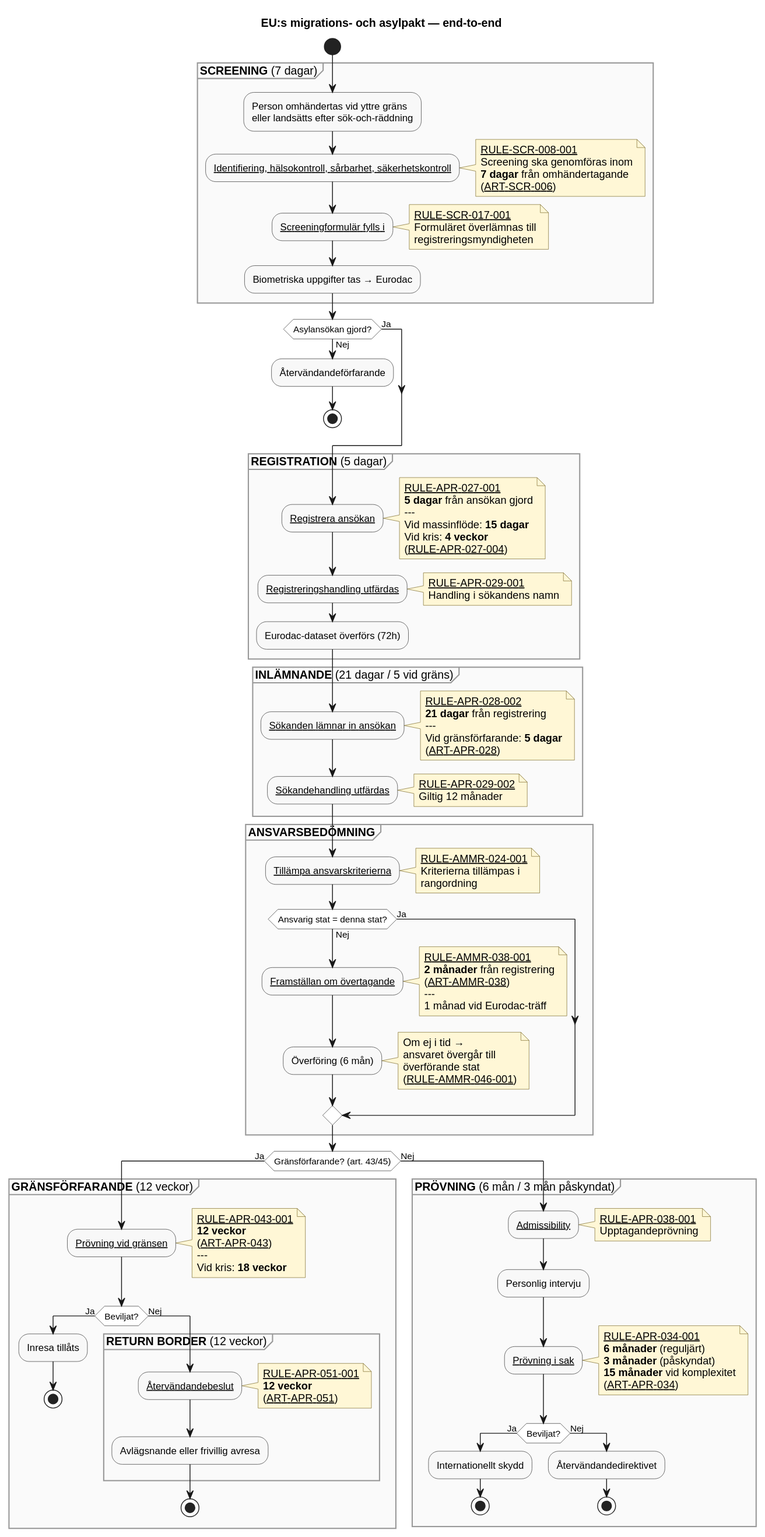
This is docs/diagrams/end-to-end-overview.svg from chrhe894/migration_pact, a PlantUML export, as it was before one commit. The source it was exported from:
```plantuml
@startuml
title EU:s migrations- och asylpakt — end-to-end

skinparam shadowing false
skinparam HyperlinkColor Black
skinparam HyperlinkUnderline true
skinparam defaultFontName Arial
skinparam activity {
  BackgroundColor #F8F8F8
  BorderColor #333333
  DiamondBackgroundColor #FFFFFF
  DiamondBorderColor #333333
}
skinparam note {
  BackgroundColor #FFF7D6
  BorderColor #7A6A2A
}
skinparam partition {
  BackgroundColor #FAFAFA
  BorderColor #999999
}

start

partition "**SCREENING** (7 dagar)" {
  :Person omhändertas vid yttre gräns
  eller landsätts efter sök-och-räddning;
  :[[domains/screening/rules/rule-scr-008-001.md Identifiering, hälsokontroll, sårbarhet, säkerhetskontroll]];
  note right
    [[domains/screening/rules/rule-scr-008-001.md RULE-SCR-008-001]]
    Screening ska genomföras inom
    **7 dagar** från omhändertagande
    ([[domains/screening/articles/scr-006.md ART-SCR-006]])
  end note
  :[[domains/screening/rules/rule-scr-017-001.md Screeningformulär fylls i]];
  note right
    [[domains/screening/rules/rule-scr-017-001.md RULE-SCR-017-001]]
    Formuläret överlämnas till
    registreringsmyndigheten
  end note
  :Biometriska uppgifter tas → Eurodac;
}

if (Asylansökan gjord?) then (Nej)
  :Återvändandeförfarande;
  stop
else (Ja)
endif

partition "**REGISTRATION** (5 dagar)" {
  :[[domains/registration/rules/rule-apr-027-001.md Registrera ansökan]];
  note right
    [[domains/registration/rules/rule-apr-027-001.md RULE-APR-027-001]]
    **5 dagar** från ansökan gjord
    ---
    Vid massinflöde: **15 dagar**
    Vid kris: **4 veckor**
    ([[domains/registration/rules/rule-apr-027-004.md RULE-APR-027-004]])
  end note
  :[[domains/registration/rules/rule-apr-029-001.md Registreringshandling utfärdas]];
  note right
    [[domains/registration/rules/rule-apr-029-001.md RULE-APR-029-001]]
    Handling i sökandens namn
  end note
  :Eurodac-dataset överförs (72h);
}

partition "**INLÄMNANDE** (21 dagar / 5 vid gräns)" {
  :[[domains/registration/rules/rule-apr-028-002.md Sökanden lämnar in ansökan]];
  note right
    [[domains/registration/rules/rule-apr-028-002.md RULE-APR-028-002]]
    **21 dagar** från registrering
    ---
    Vid gränsförfarande: **5 dagar**
    ([[domains/registration/articles/apr-028.md ART-APR-028]])
  end note
  :[[domains/registration/rules/rule-apr-029-002.md Sökandehandling utfärdas]];
  note right
    [[domains/registration/rules/rule-apr-029-002.md RULE-APR-029-002]]
    Giltig 12 månader
  end note
}

partition "**ANSVARSBEDÖMNING**" {
  :[[domains/responsibility/rules/rule-ammr-024-001.md Tillämpa ansvarskriterierna]];
  note right
    [[domains/responsibility/rules/rule-ammr-024-001.md RULE-AMMR-024-001]]
    Kriterierna tillämpas i
    rangordning
  end note
  if (Ansvarig stat = denna stat?) then (Nej)
    :[[domains/responsibility/rules/rule-ammr-038-001.md Framställan om övertagande]];
    note right
      [[domains/responsibility/rules/rule-ammr-038-001.md RULE-AMMR-038-001]]
      **2 månader** från registrering
      ([[domains/responsibility/articles/ammr-038.md ART-AMMR-038]])
      ---
      1 månad vid Eurodac-träff
    end note
    :Överföring (6 mån);
    note right
      Om ej i tid →
      ansvaret övergår till
      överförande stat
      ([[domains/responsibility/rules/rule-ammr-046-001.md RULE-AMMR-046-001]])
    end note
  else (Ja)
  endif
}

if (Gränsförfarande? (art. 43/45)) then (Ja)

  partition "**GRÄNSFÖRFARANDE** (12 veckor)" {
    :[[domains/border-procedure/rules/rule-apr-043-001.md Prövning vid gränsen]];
    note right
      [[domains/border-procedure/rules/rule-apr-043-001.md RULE-APR-043-001]]
      **12 veckor**
      ([[domains/border-procedure/articles/apr-043.md ART-APR-043]])
      ---
      Vid kris: **18 veckor**
    end note
    if (Beviljat?) then (Ja)
      :Inresa tillåts;
      stop
    else (Nej)
      partition "**RETURN BORDER** (12 veckor)" {
        :[[domains/border-procedure/rules/rule-apr-051-001.md Återvändandebeslut]];
        note right
          [[domains/border-procedure/rules/rule-apr-051-001.md RULE-APR-051-001]]
          **12 veckor**
          ([[domains/border-procedure/articles/apr-051.md ART-APR-051]])
        end note
        :Avlägsnande eller frivillig avresa;
      }
      stop
    endif
  }

else (Nej)

  partition "**PRÖVNING** (6 mån / 3 mån påskyndat)" {
    :[[domains/asylum-procedure/rules/rule-apr-038-001.md Admissibility]];
    note right
      [[domains/asylum-procedure/rules/rule-apr-038-001.md RULE-APR-038-001]]
      Upptagandeprövning
    end note
    :Personlig intervju;
    :[[domains/asylum-procedure/rules/rule-apr-034-001.md Prövning i sak]];
    note right
      [[domains/asylum-procedure/rules/rule-apr-034-001.md RULE-APR-034-001]]
      **6 månader** (reguljärt)
      **3 månader** (påskyndat)
      **15 månader** vid komplexitet
      ([[domains/asylum-procedure/articles/apr-034.md ART-APR-034]])
    end note
    if (Beviljat?) then (Ja)
      :Internationellt skydd;
      stop
    else (Nej)
      :Återvändandedirektivet;
      stop
    endif
  }

endif
@enduml
```
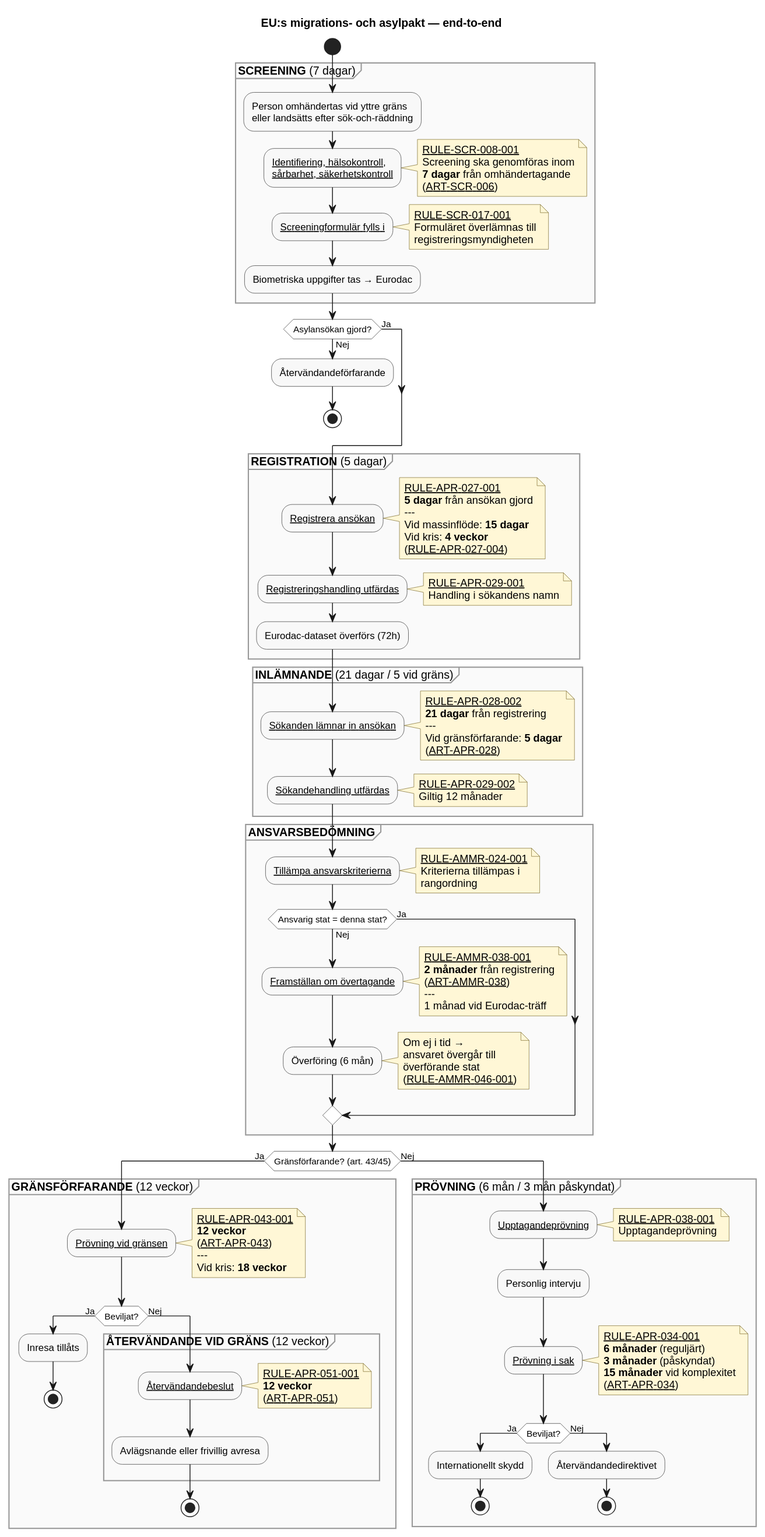
Above is the later version.

Change to the diagram source:
```diff
@@ -25,16 +25,16 @@
 partition "**SCREENING** (7 dagar)" {
   :Person omhändertas vid yttre gräns
   eller landsätts efter sök-och-räddning;
-  :[[domains/screening/rules/rule-scr-008-001.md Identifiering, hälsokontroll, sårbarhet, säkerhetskontroll]];
+  :[[../domains/screening/rules/rule-scr-008-001.md Identifiering, hälsokontroll,\nsårbarhet, säkerhetskontroll]];
   note right
-    [[domains/screening/rules/rule-scr-008-001.md RULE-SCR-008-001]]
+    [[../domains/screening/rules/rule-scr-008-001.md RULE-SCR-008-001]]
     Screening ska genomföras inom
     **7 dagar** från omhändertagande
-    ([[domains/screening/articles/scr-006.md ART-SCR-006]])
+    ([[../domains/screening/articles/scr-006.md ART-SCR-006]])
   end note
-  :[[domains/screening/rules/rule-scr-017-001.md Screeningformulär fylls i]];
+  :[[../domains/screening/rules/rule-scr-017-001.md Screeningformulär fylls i]];
   note right
-    [[domains/screening/rules/rule-scr-017-001.md RULE-SCR-017-001]]
+    [[../domains/screening/rules/rule-scr-017-001.md RULE-SCR-017-001]]
     Formuläret överlämnas till
     registreringsmyndigheten
   end note
@@ -48,52 +48,52 @@
 endif
 
 partition "**REGISTRATION** (5 dagar)" {
-  :[[domains/registration/rules/rule-apr-027-001.md Registrera ansökan]];
+  :[[../domains/registration/rules/rule-apr-027-001.md Registrera ansökan]];
   note right
-    [[domains/registration/rules/rule-apr-027-001.md RULE-APR-027-001]]
+    [[../domains/registration/rules/rule-apr-027-001.md RULE-APR-027-001]]
     **5 dagar** från ansökan gjord
     ---
     Vid massinflöde: **15 dagar**
     Vid kris: **4 veckor**
-    ([[domains/registration/rules/rule-apr-027-004.md RULE-APR-027-004]])
+    ([[../domains/registration/rules/rule-apr-027-004.md RULE-APR-027-004]])
   end note
-  :[[domains/registration/rules/rule-apr-029-001.md Registreringshandling utfärdas]];
+  :[[../domains/registration/rules/rule-apr-029-001.md Registreringshandling utfärdas]];
   note right
-    [[domains/registration/rules/rule-apr-029-001.md RULE-APR-029-001]]
+    [[../domains/registration/rules/rule-apr-029-001.md RULE-APR-029-001]]
     Handling i sökandens namn
   end note
   :Eurodac-dataset överförs (72h);
 }
 
 partition "**INLÄMNANDE** (21 dagar / 5 vid gräns)" {
-  :[[domains/registration/rules/rule-apr-028-002.md Sökanden lämnar in ansökan]];
+  :[[../domains/registration/rules/rule-apr-028-002.md Sökanden lämnar in ansökan]];
   note right
-    [[domains/registration/rules/rule-apr-028-002.md RULE-APR-028-002]]
+    [[../domains/registration/rules/rule-apr-028-002.md RULE-APR-028-002]]
     **21 dagar** från registrering
     ---
     Vid gränsförfarande: **5 dagar**
-    ([[domains/registration/articles/apr-028.md ART-APR-028]])
+    ([[../domains/registration/articles/apr-028.md ART-APR-028]])
   end note
-  :[[domains/registration/rules/rule-apr-029-002.md Sökandehandling utfärdas]];
+  :[[../domains/registration/rules/rule-apr-029-002.md Sökandehandling utfärdas]];
   note right
-    [[domains/registration/rules/rule-apr-029-002.md RULE-APR-029-002]]
+    [[../domains/registration/rules/rule-apr-029-002.md RULE-APR-029-002]]
     Giltig 12 månader
   end note
 }
 
 partition "**ANSVARSBEDÖMNING**" {
-  :[[domains/responsibility/rules/rule-ammr-024-001.md Tillämpa ansvarskriterierna]];
+  :[[../domains/responsibility/rules/rule-ammr-024-001.md Tillämpa ansvarskriterierna]];
   note right
-    [[domains/responsibility/rules/rule-ammr-024-001.md RULE-AMMR-024-001]]
+    [[../domains/responsibility/rules/rule-ammr-024-001.md RULE-AMMR-024-001]]
     Kriterierna tillämpas i
     rangordning
   end note
   if (Ansvarig stat = denna stat?) then (Nej)
-    :[[domains/responsibility/rules/rule-ammr-038-001.md Framställan om övertagande]];
+    :[[../domains/responsibility/rules/rule-ammr-038-001.md Framställan om övertagande]];
     note right
-      [[domains/responsibility/rules/rule-ammr-038-001.md RULE-AMMR-038-001]]
+      [[../domains/responsibility/rules/rule-ammr-038-001.md RULE-AMMR-038-001]]
       **2 månader** från registrering
-      ([[domains/responsibility/articles/ammr-038.md ART-AMMR-038]])
+      ([[../domains/responsibility/articles/ammr-038.md ART-AMMR-038]])
       ---
       1 månad vid Eurodac-träff
     end note
@@ -102,7 +102,7 @@
       Om ej i tid →
       ansvaret övergår till
       överförande stat
-      ([[domains/responsibility/rules/rule-ammr-046-001.md RULE-AMMR-046-001]])
+      ([[../domains/responsibility/rules/rule-ammr-046-001.md RULE-AMMR-046-001]])
     end note
   else (Ja)
   endif
@@ -111,11 +111,11 @@
 if (Gränsförfarande? (art. 43/45)) then (Ja)
 
   partition "**GRÄNSFÖRFARANDE** (12 veckor)" {
-    :[[domains/border-procedure/rules/rule-apr-043-001.md Prövning vid gränsen]];
+    :[[../domains/border-procedure/rules/rule-apr-043-001.md Prövning vid gränsen]];
     note right
-      [[domains/border-procedure/rules/rule-apr-043-001.md RULE-APR-043-001]]
+      [[../domains/border-procedure/rules/rule-apr-043-001.md RULE-APR-043-001]]
       **12 veckor**
-      ([[domains/border-procedure/articles/apr-043.md ART-APR-043]])
+      ([[../domains/border-procedure/articles/apr-043.md ART-APR-043]])
       ---
       Vid kris: **18 veckor**
     end note
@@ -123,12 +123,12 @@
       :Inresa tillåts;
       stop
     else (Nej)
-      partition "**RETURN BORDER** (12 veckor)" {
-        :[[domains/border-procedure/rules/rule-apr-051-001.md Återvändandebeslut]];
+      partition "**ÅTERVÄNDANDE VID GRÄNS** (12 veckor)" {
+        :[[../domains/border-procedure/rules/rule-apr-051-001.md Återvändandebeslut]];
         note right
-          [[domains/border-procedure/rules/rule-apr-051-001.md RULE-APR-051-001]]
+          [[../domains/border-procedure/rules/rule-apr-051-001.md RULE-APR-051-001]]
           **12 veckor**
-          ([[domains/border-procedure/articles/apr-051.md ART-APR-051]])
+          ([[../domains/border-procedure/articles/apr-051.md ART-APR-051]])
         end note
         :Avlägsnande eller frivillig avresa;
       }
@@ -139,19 +139,19 @@
 else (Nej)
 
   partition "**PRÖVNING** (6 mån / 3 mån påskyndat)" {
-    :[[domains/asylum-procedure/rules/rule-apr-038-001.md Admissibility]];
+    :[[../domains/asylum-procedure/rules/rule-apr-038-001.md Upptagandeprövning]];
     note right
-      [[domains/asylum-procedure/rules/rule-apr-038-001.md RULE-APR-038-001]]
+      [[../domains/asylum-procedure/rules/rule-apr-038-001.md RULE-APR-038-001]]
       Upptagandeprövning
     end note
     :Personlig intervju;
-    :[[domains/asylum-procedure/rules/rule-apr-034-001.md Prövning i sak]];
+    :[[../domains/asylum-procedure/rules/rule-apr-034-001.md Prövning i sak]];
     note right
-      [[domains/asylum-procedure/rules/rule-apr-034-001.md RULE-APR-034-001]]
+      [[../domains/asylum-procedure/rules/rule-apr-034-001.md RULE-APR-034-001]]
       **6 månader** (reguljärt)
       **3 månader** (påskyndat)
       **15 månader** vid komplexitet
-      ([[domains/asylum-procedure/articles/apr-034.md ART-APR-034]])
+      ([[../domains/asylum-procedure/articles/apr-034.md ART-APR-034]])
     end note
     if (Beviljat?) then (Ja)
       :Internationellt skydd;
```
